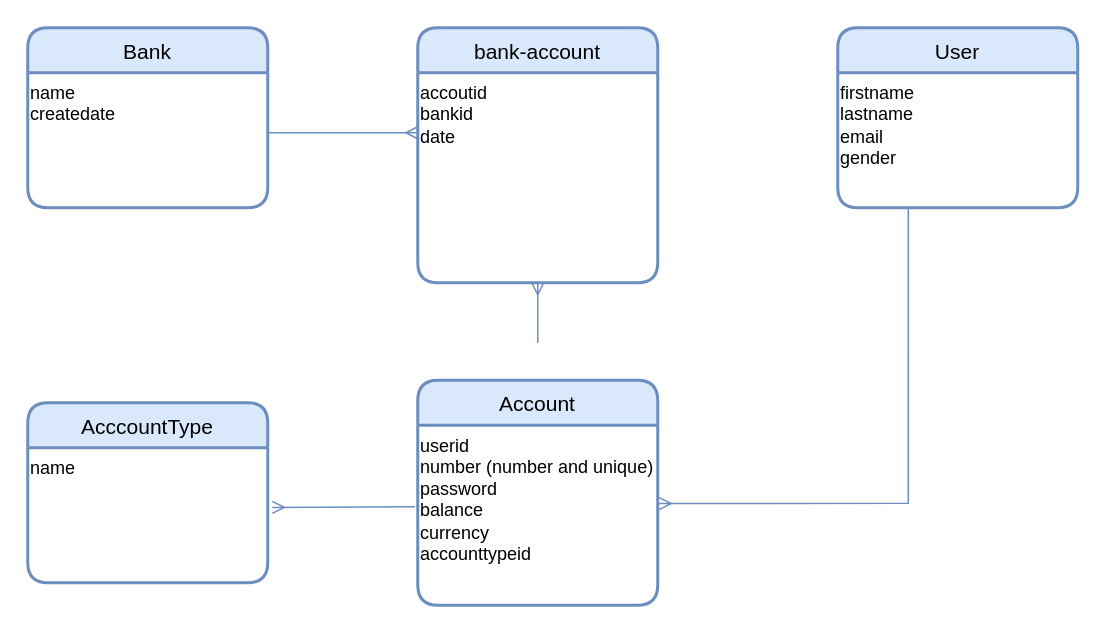
Above: bank-system.drawio in MohammedAlyasen355/first-nodejs-app (draw.io), before the change. Source tidied: cells renumbered, new cells numbered last; positions are measured from the earlier drawing's top-left corner, leaving out a move shared by most shapes. Both pictures are drawn from the tidied source at 150%, with x=0, y=0 at pixel (27, 27).
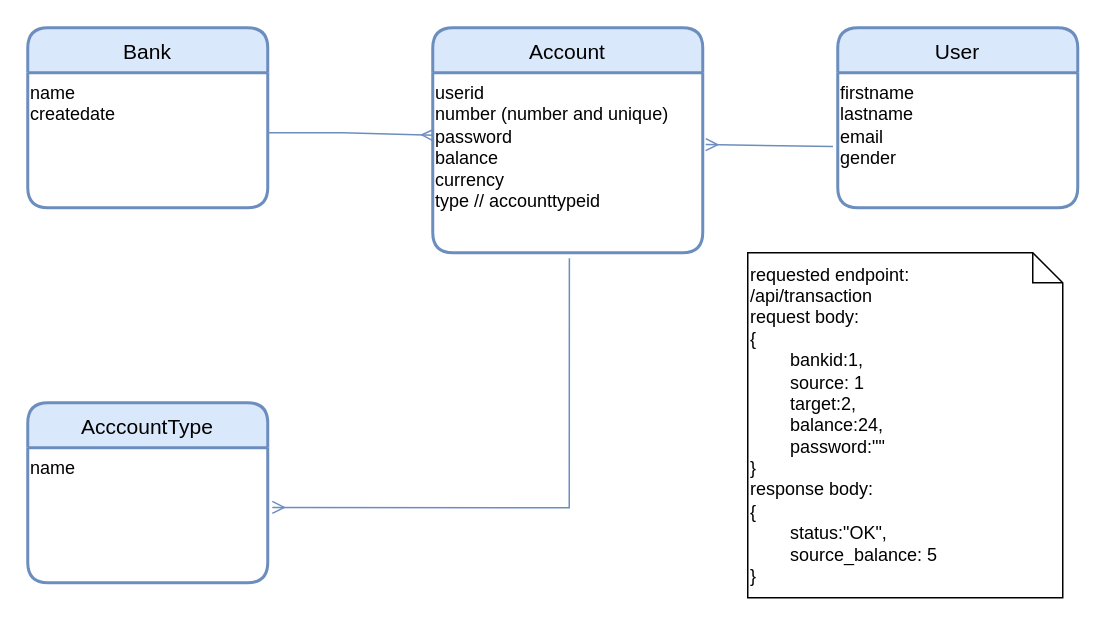
The same diagram, later.

Commit message:
Draw.io: add endpoint description

Diff of the diagram source:
```diff
@@
 <mxGraphModel>
   <root>
     <mxCell id="0" />
     <mxCell id="1" parent="0" />
     <mxCell id="2" value="Bank" style="swimlane;horizontal=1;startSize=30;rounded=1;fontSize=14;fontStyle=0;strokeWidth=2;shadow=0;dashed=0;align=center;fillColor=#dae8fc;strokeColor=#6c8ebf;verticalAlign=middle;" parent="1" vertex="1">
       <mxGeometry width="160" height="120" as="geometry" />
     </mxCell>
     <mxCell id="3" value="name&lt;br&gt;createdate&lt;br&gt;" style="text;html=1;align=left;verticalAlign=top;strokeColor=none;fillColor=none;" parent="2" vertex="1">
       <mxGeometry y="30" width="160" height="90" as="geometry" />
     </mxCell>
     <mxCell id="4" value="User" style="swimlane;horizontal=1;startSize=30;rounded=1;fontSize=14;fontStyle=0;strokeWidth=2;shadow=0;dashed=0;align=center;fillColor=#dae8fc;strokeColor=#6c8ebf;" parent="1" vertex="1">
       <mxGeometry x="540" width="160" height="120" as="geometry" />
     </mxCell>
     <mxCell id="5" value="firstname&lt;br&gt;lastname&lt;br&gt;email&lt;br&gt;gender&lt;br&gt;&lt;br&gt;" style="text;html=1;align=left;verticalAlign=top;points=[];strokeColor=none;fillColor=none;" parent="4" vertex="1">
       <mxGeometry y="30" width="160" height="90" as="geometry" />
     </mxCell>
     <mxCell id="6" value="Account" style="swimlane;horizontal=1;startSize=30;rounded=1;fontSize=14;fontStyle=0;strokeWidth=2;shadow=0;dashed=0;align=center;fillColor=#dae8fc;strokeColor=#6c8ebf;" parent="1" vertex="1">
-      <mxGeometry x="260" y="235" width="160" height="150" as="geometry" />
+      <mxGeometry x="270" width="180" height="150" as="geometry" />
     </mxCell>
-    <mxCell id="7" value="userid&lt;br&gt;number (number and unique)&lt;br&gt;password&lt;br&gt;balance&lt;br&gt;currency&lt;br&gt;accounttypeid" style="text;html=1;align=left;verticalAlign=top;points=[];strokeColor=none;fillColor=none;" parent="6" vertex="1">
-      <mxGeometry y="30" width="160" height="120" as="geometry" />
+    <mxCell id="7" value="userid&lt;br&gt;number (number and unique)&lt;br&gt;password&lt;br&gt;balance&lt;br&gt;currency&lt;br&gt;type // accounttypeid" style="text;html=1;align=left;verticalAlign=top;points=[];strokeColor=none;fillColor=none;" parent="6" vertex="1">
+      <mxGeometry y="30" width="180" height="120" as="geometry" />
     </mxCell>
-    <mxCell id="8" style="fontSize=12;html=1;endArrow=ERmany;rounded=0;fillColor=#dae8fc;strokeColor=#6c8ebf;" parent="1" edge="1">
+    <mxCell id="8" style="fontSize=12;html=1;endArrow=ERmany;rounded=0;fillColor=#dae8fc;strokeColor=#6c8ebf;entryX=0.004;entryY=0.347;entryDx=0;entryDy=0;entryPerimeter=0;" parent="1" edge="1" target="7">
       <mxGeometry relative="1" as="geometry">
         <mxPoint x="160" y="70" as="sourcePoint" />
-        <mxPoint x="260" y="70" as="targetPoint" />
         <Array as="points">
           <mxPoint x="210" y="70" />
         </Array>
       </mxGeometry>
     </mxCell>
-    <mxCell id="9" value="bank-account" style="swimlane;horizontal=1;startSize=30;rounded=1;fontSize=14;fontStyle=0;strokeWidth=2;shadow=0;dashed=0;align=center;fillColor=#dae8fc;strokeColor=#6c8ebf;" parent="1" vertex="1">
-      <mxGeometry x="260" width="160" height="170" as="geometry" />
-    </mxCell>
-    <mxCell id="10" value="accoutid&lt;br&gt;bankid&lt;br&gt;date&lt;br&gt;" style="text;html=1;align=left;verticalAlign=top;strokeColor=none;fillColor=none;" parent="9" vertex="1">
-      <mxGeometry y="30" width="160" height="140" as="geometry" />
-    </mxCell>
-    <mxCell id="11" style="fontSize=12;html=1;endArrow=ERmany;rounded=0;entryX=0.5;entryY=1;entryDx=0;entryDy=0;fillColor=#dae8fc;strokeColor=#6c8ebf;" parent="1" edge="1" target="9">
-      <mxGeometry relative="1" as="geometry">
-        <mxPoint x="340" y="210" as="sourcePoint" />
-      </mxGeometry>
-    </mxCell>
-    <mxCell id="12" style="fontSize=12;html=1;endArrow=ERmany;rounded=0;entryX=1.006;entryY=0.435;entryDx=0;entryDy=0;fillColor=#dae8fc;strokeColor=#6c8ebf;entryPerimeter=0;exitX=0.294;exitY=1;exitDx=0;exitDy=0;exitPerimeter=0;" parent="1" edge="1" source="5" target="7">
-      <mxGeometry relative="1" as="geometry">
-        <Array as="points">
-          <mxPoint x="587" y="317" />
-        </Array>
-      </mxGeometry>
+    <mxCell id="12" style="fontSize=12;html=1;endArrow=ERmany;rounded=0;entryX=1.011;entryY=0.399;entryDx=0;entryDy=0;fillColor=#dae8fc;strokeColor=#6c8ebf;entryPerimeter=0;exitX=-0.02;exitY=0.547;exitDx=0;exitDy=0;exitPerimeter=0;" parent="1" edge="1" source="5" target="7">
+      <mxGeometry relative="1" as="geometry" />
     </mxCell>
     <mxCell id="13" value="AcccountType" style="swimlane;horizontal=1;startSize=30;rounded=1;fontSize=14;fontStyle=0;strokeWidth=2;shadow=0;dashed=0;align=center;fillColor=#dae8fc;strokeColor=#6c8ebf;verticalAlign=middle;" parent="1" vertex="1">
       <mxGeometry y="250" width="160" height="120" as="geometry" />
     </mxCell>
     <mxCell id="14" value="name" style="text;html=1;align=left;verticalAlign=top;points=[];strokeColor=none;fillColor=none;" parent="13" vertex="1">
       <mxGeometry y="30" width="160" height="90" as="geometry" />
     </mxCell>
-    <mxCell id="15" style="fontSize=12;html=1;endArrow=ERmany;rounded=0;entryX=1.019;entryY=0.442;entryDx=0;entryDy=0;fillColor=#dae8fc;strokeColor=#6c8ebf;exitX=-0.012;exitY=0.453;exitDx=0;exitDy=0;exitPerimeter=0;entryPerimeter=0;" parent="1" edge="1" source="7" target="14">
-      <mxGeometry relative="1" as="geometry" />
+    <mxCell id="15" style="fontSize=12;html=1;endArrow=ERmany;rounded=0;entryX=1.019;entryY=0.442;entryDx=0;entryDy=0;fillColor=#dae8fc;strokeColor=#6c8ebf;exitX=0.506;exitY=1.031;exitDx=0;exitDy=0;exitPerimeter=0;entryPerimeter=0;" parent="1" edge="1" source="7" target="14">
+      <mxGeometry relative="1" as="geometry">
+        <Array as="points">
+          <mxPoint x="361" y="320" />
+        </Array>
+      </mxGeometry>
     </mxCell>
+    <mxCell id="16" value="requested endpoint:&amp;nbsp;&lt;br&gt;/api/transaction&lt;br&gt;request body:&lt;br&gt;{&lt;br&gt;&lt;span style=&quot;white-space: pre;&quot;&gt;&#9;&lt;/span&gt;bankid:1,&lt;br&gt;&lt;span style=&quot;white-space: pre;&quot;&gt;&#9;&lt;/span&gt;source: 1&lt;br&gt;&lt;span style=&quot;white-space: pre;&quot;&gt;&#9;&lt;/span&gt;target:2,&lt;br&gt;&lt;span style=&quot;white-space: pre;&quot;&gt;&#9;&lt;/span&gt;balance:24,&lt;br&gt;&lt;span style=&quot;white-space: pre;&quot;&gt;&#9;&lt;/span&gt;password:&quot;&quot;&lt;br&gt;}&lt;br&gt;response body:&lt;br&gt;{&lt;br&gt;&lt;span style=&quot;white-space: pre;&quot;&gt;&#9;&lt;/span&gt;status:&quot;OK&quot;,&lt;br&gt;&lt;span style=&quot;white-space: pre;&quot;&gt;&#9;&lt;/span&gt;source_balance: 5&lt;br&gt;}&lt;br&gt;" style="shape=note;size=20;whiteSpace=wrap;html=1;align=left;" parent="1" vertex="1">
+      <mxGeometry x="480" y="150" width="210" height="230" as="geometry" />
+    </mxCell>
   </root>
 </mxGraphModel>
```
